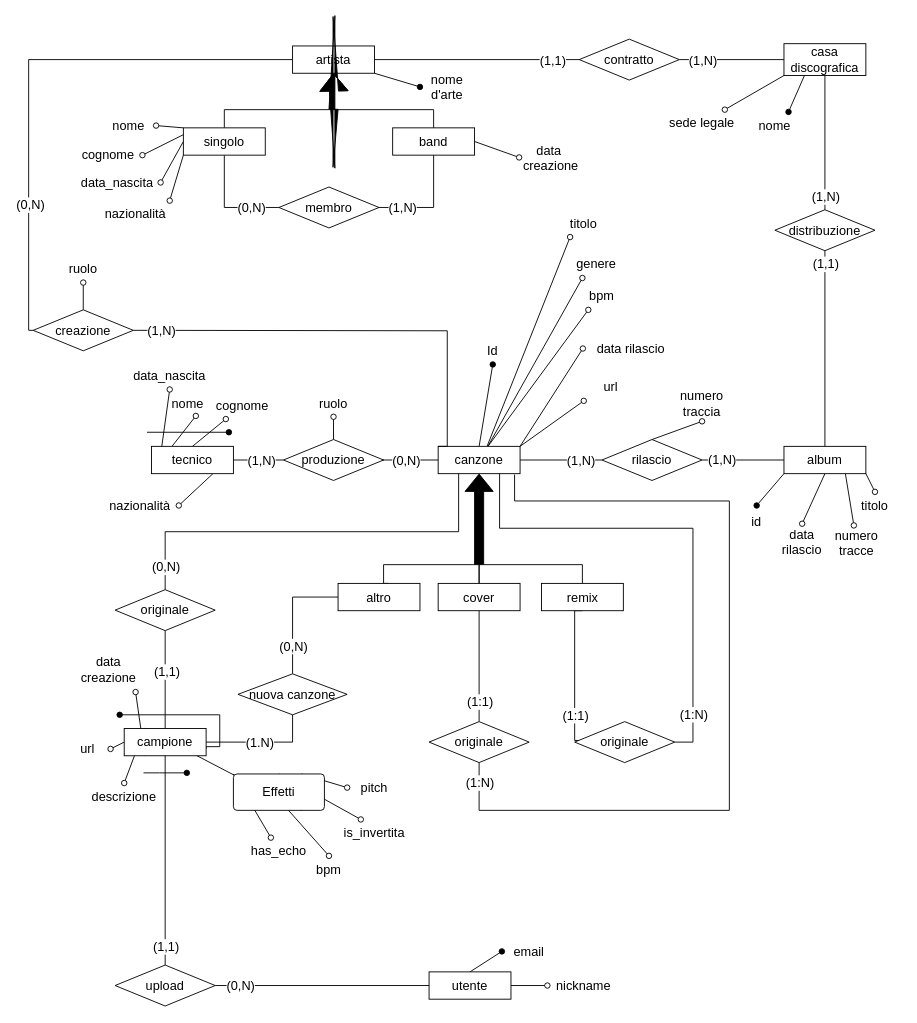
Before: diagramma er v2.drawio in Stef4noo/materiale-progetto-basi, a draw.io diagram. Source tidied: cells renumbered, new cells numbered last; positions are measured from the earlier drawing's top-left corner, leaving out a move shared by most shapes. Both pictures are drawn from the tidied source at 91%, with x=0, y=0 at pixel (28, 38).
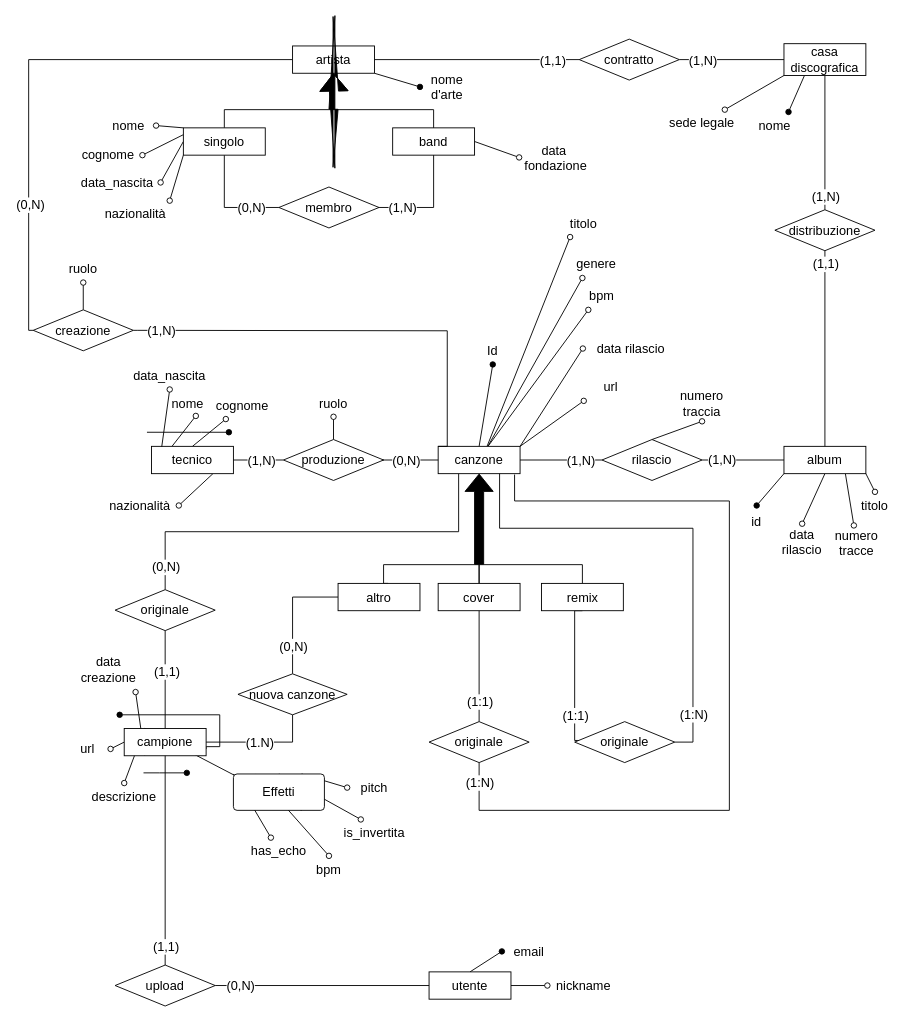
Above is the later version.

The edit, as a diff of the source:
```diff
@@
-    <mxCell id="146" value="&lt;div&gt;data&amp;nbsp;&lt;/div&gt;&lt;div&gt;creazione&lt;/div&gt;" style="text;html=1;whiteSpace=wrap;strokeColor=none;fillColor=none;align=center;verticalAlign=middle;rounded=0;fontSize=14;" parent="1" vertex="1">
-      <mxGeometry x="539" y="110.5" width="70" height="40" as="geometry" />
+    <mxCell id="146" value="&lt;div&gt;data&amp;nbsp;&lt;/div&gt;&lt;div&gt;fondazione&lt;/div&gt;" style="text;html=1;whiteSpace=wrap;strokeColor=none;fillColor=none;align=center;verticalAlign=middle;rounded=0;fontSize=14;" parent="1" vertex="1">
+      <mxGeometry x="539" y="110.5" width="81" height="40" as="geometry" />
     </mxCell>
```
